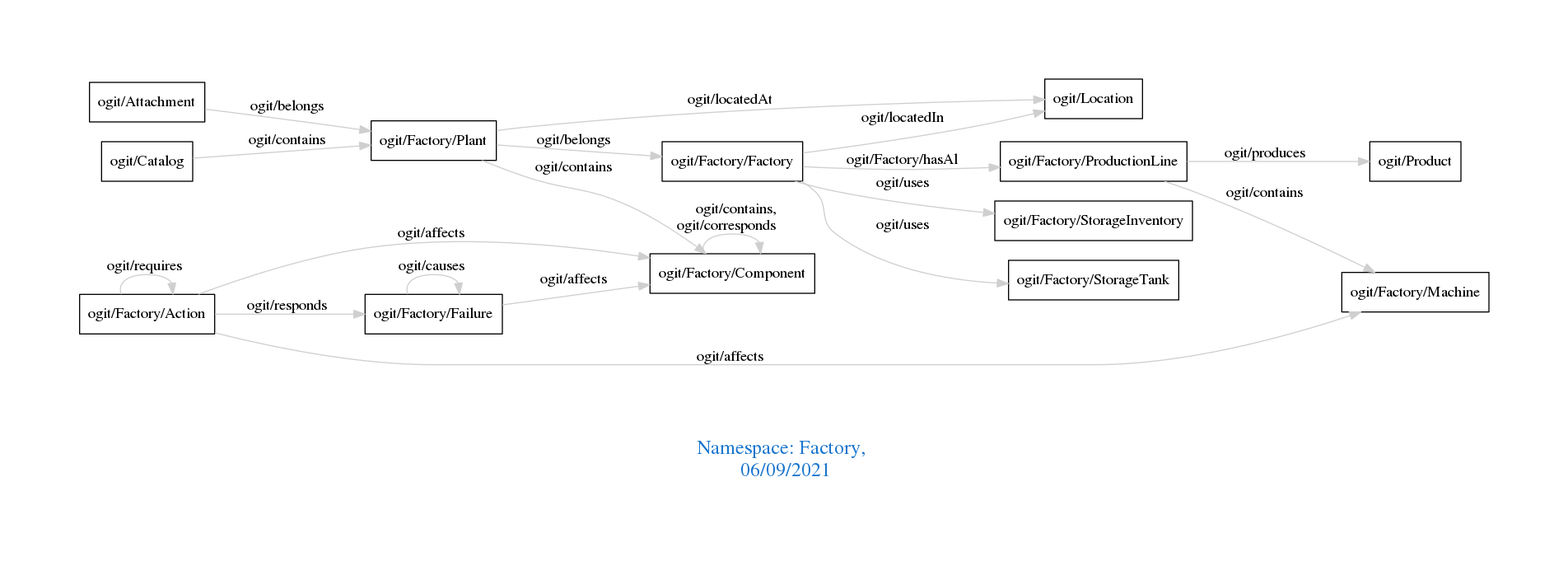
This is downloads/Factory.png from arago/OGIT, a Graphviz export, as it was before one commit. Its source is kept beside it as downloads/Factory.dot.
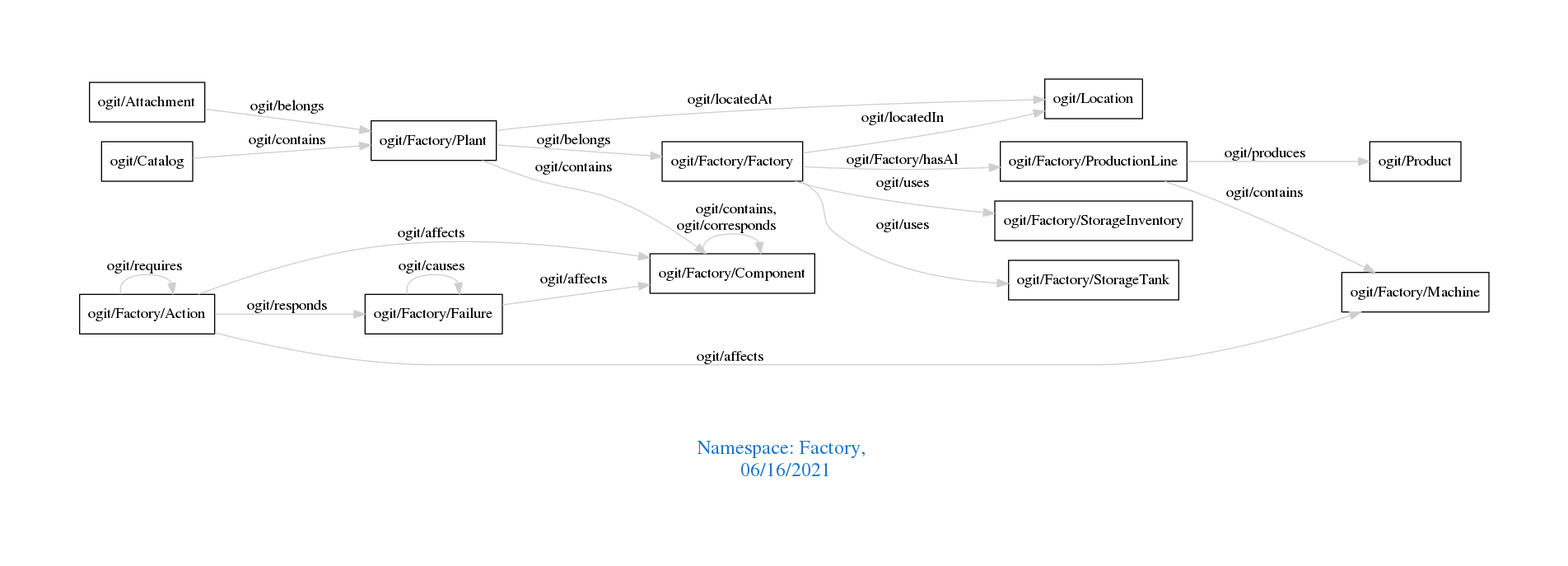
The same file after the commit.

What changed in the source:
```diff
@@ -1,7 +1,7 @@
 digraph OGIT_ontology {
  graph [ rankdir= LR,pad=1
 fontsize = 18,
-fontcolor= dodgerblue3,label = "\n\n\nNamespace: Factory, \n 06/09/2021"];
+fontcolor= dodgerblue3,label = "\n\n\nNamespace: Factory, \n 06/16/2021"];
 node[shape=polygon];
 edge [  color="gray81"];
 
```
